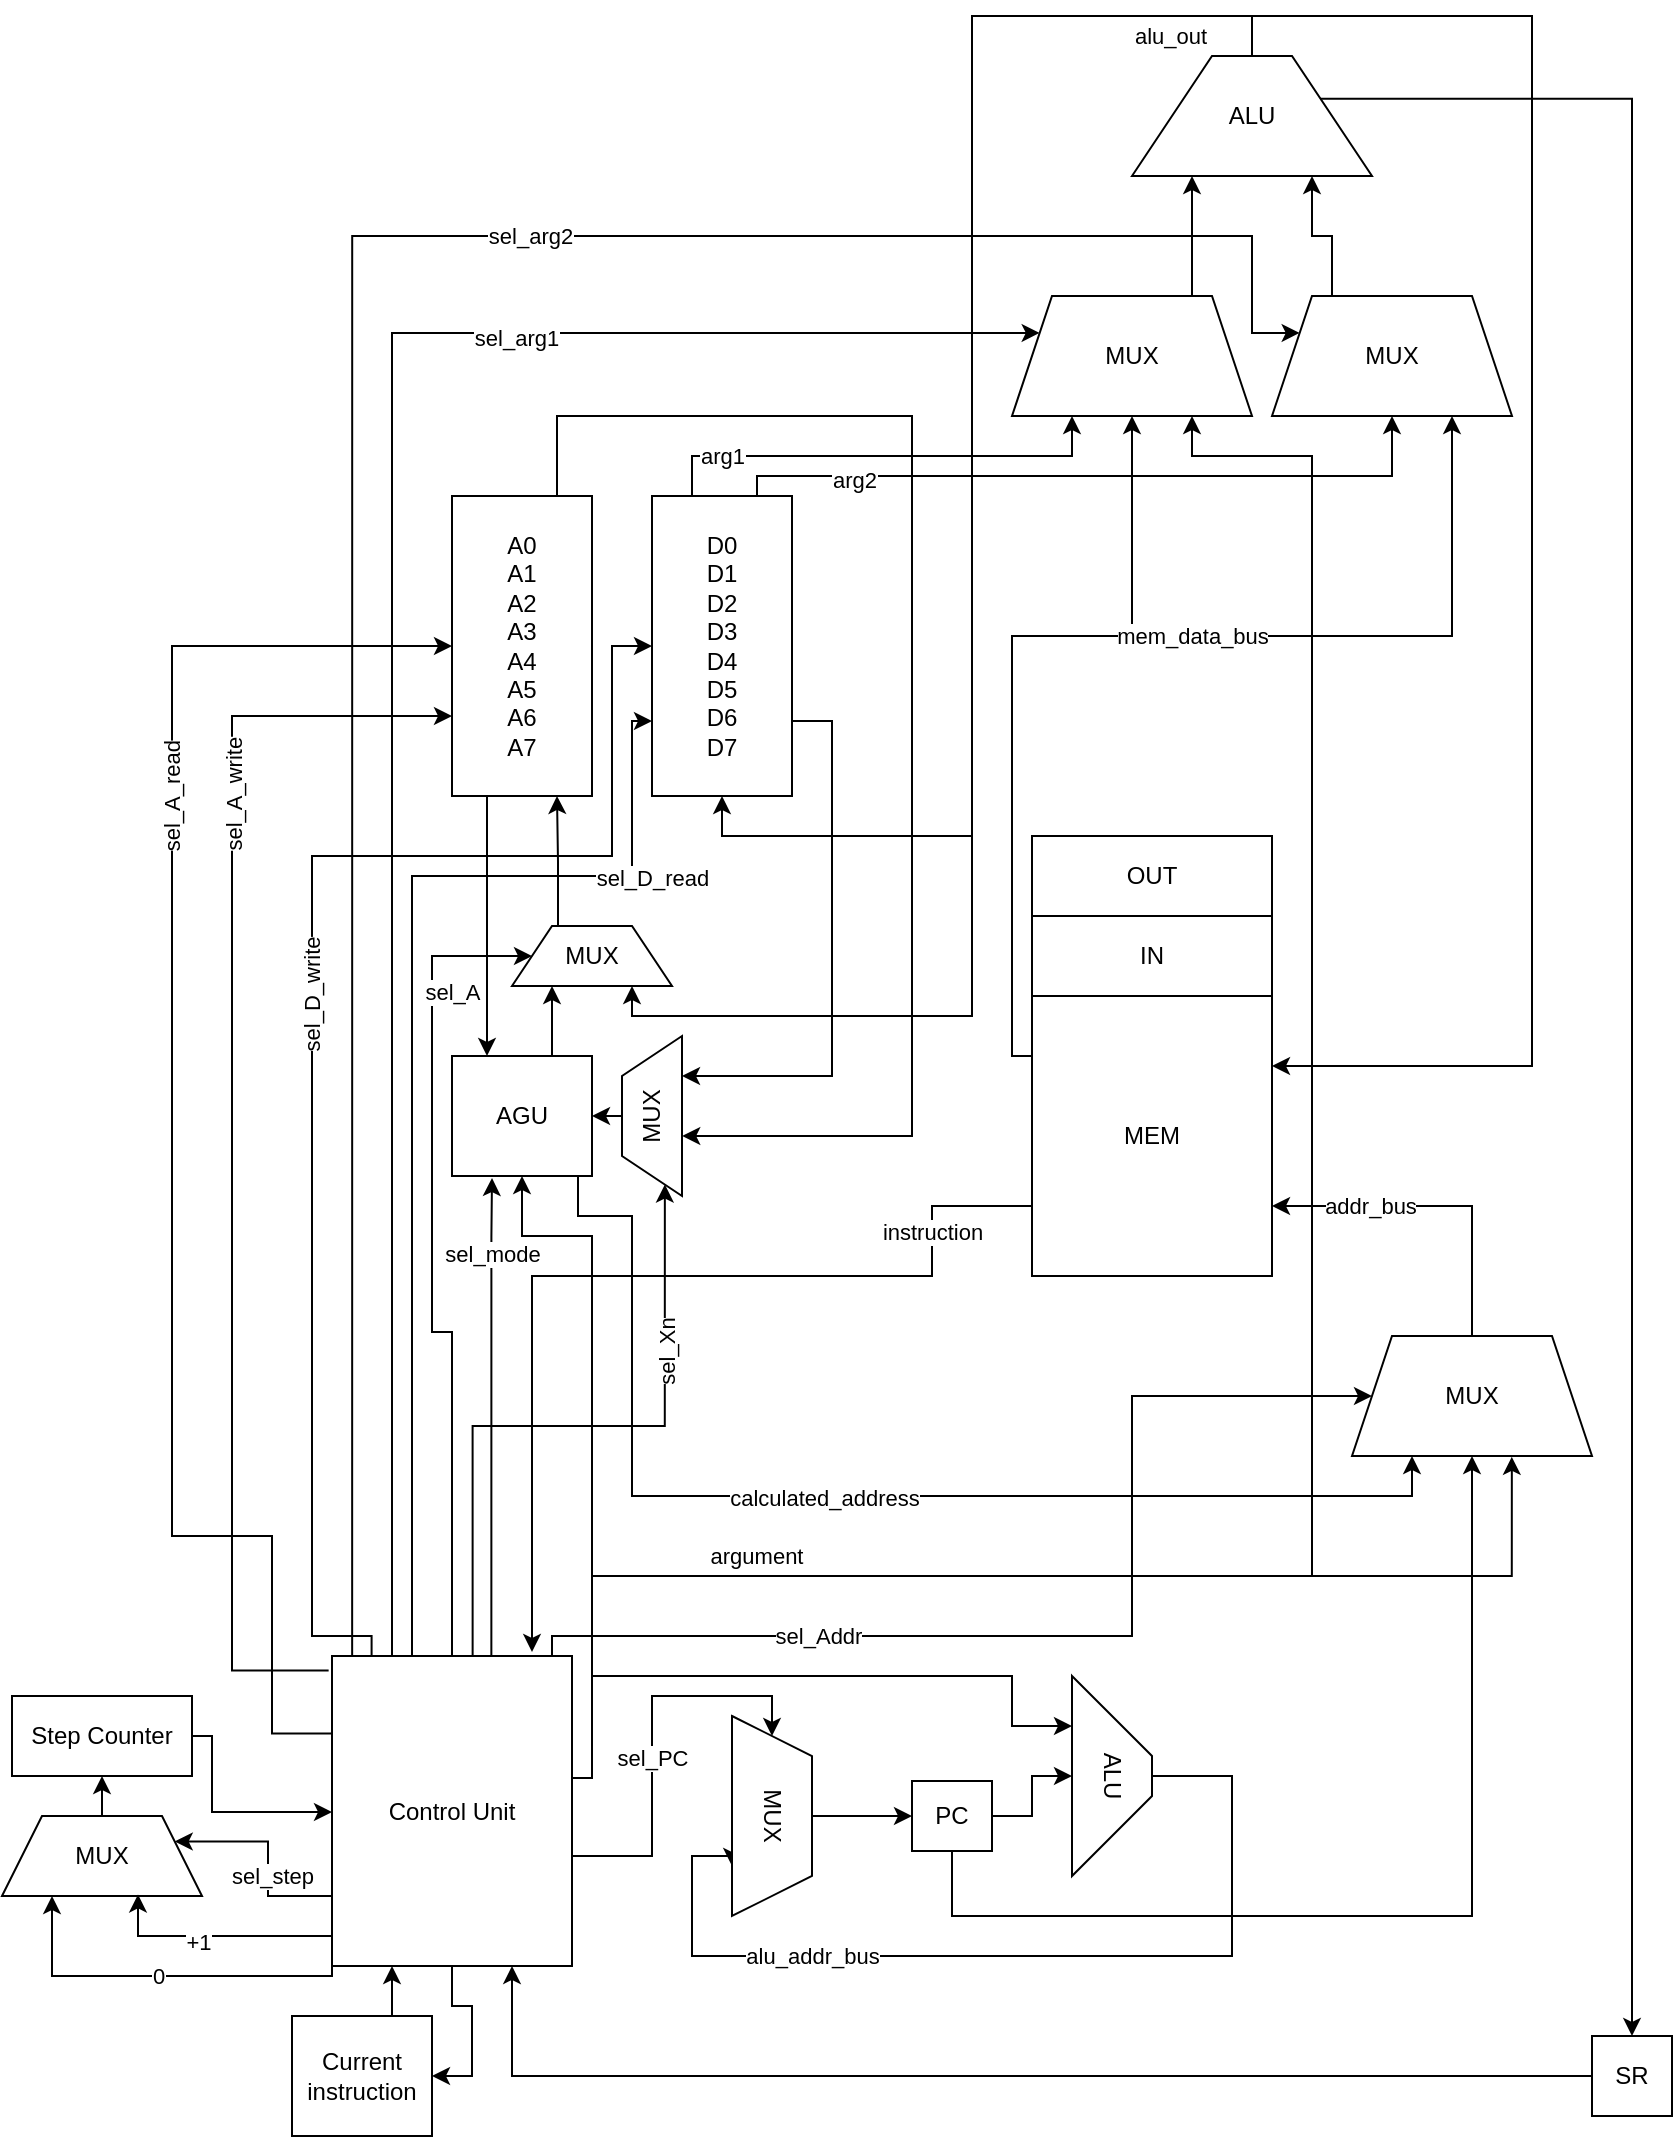
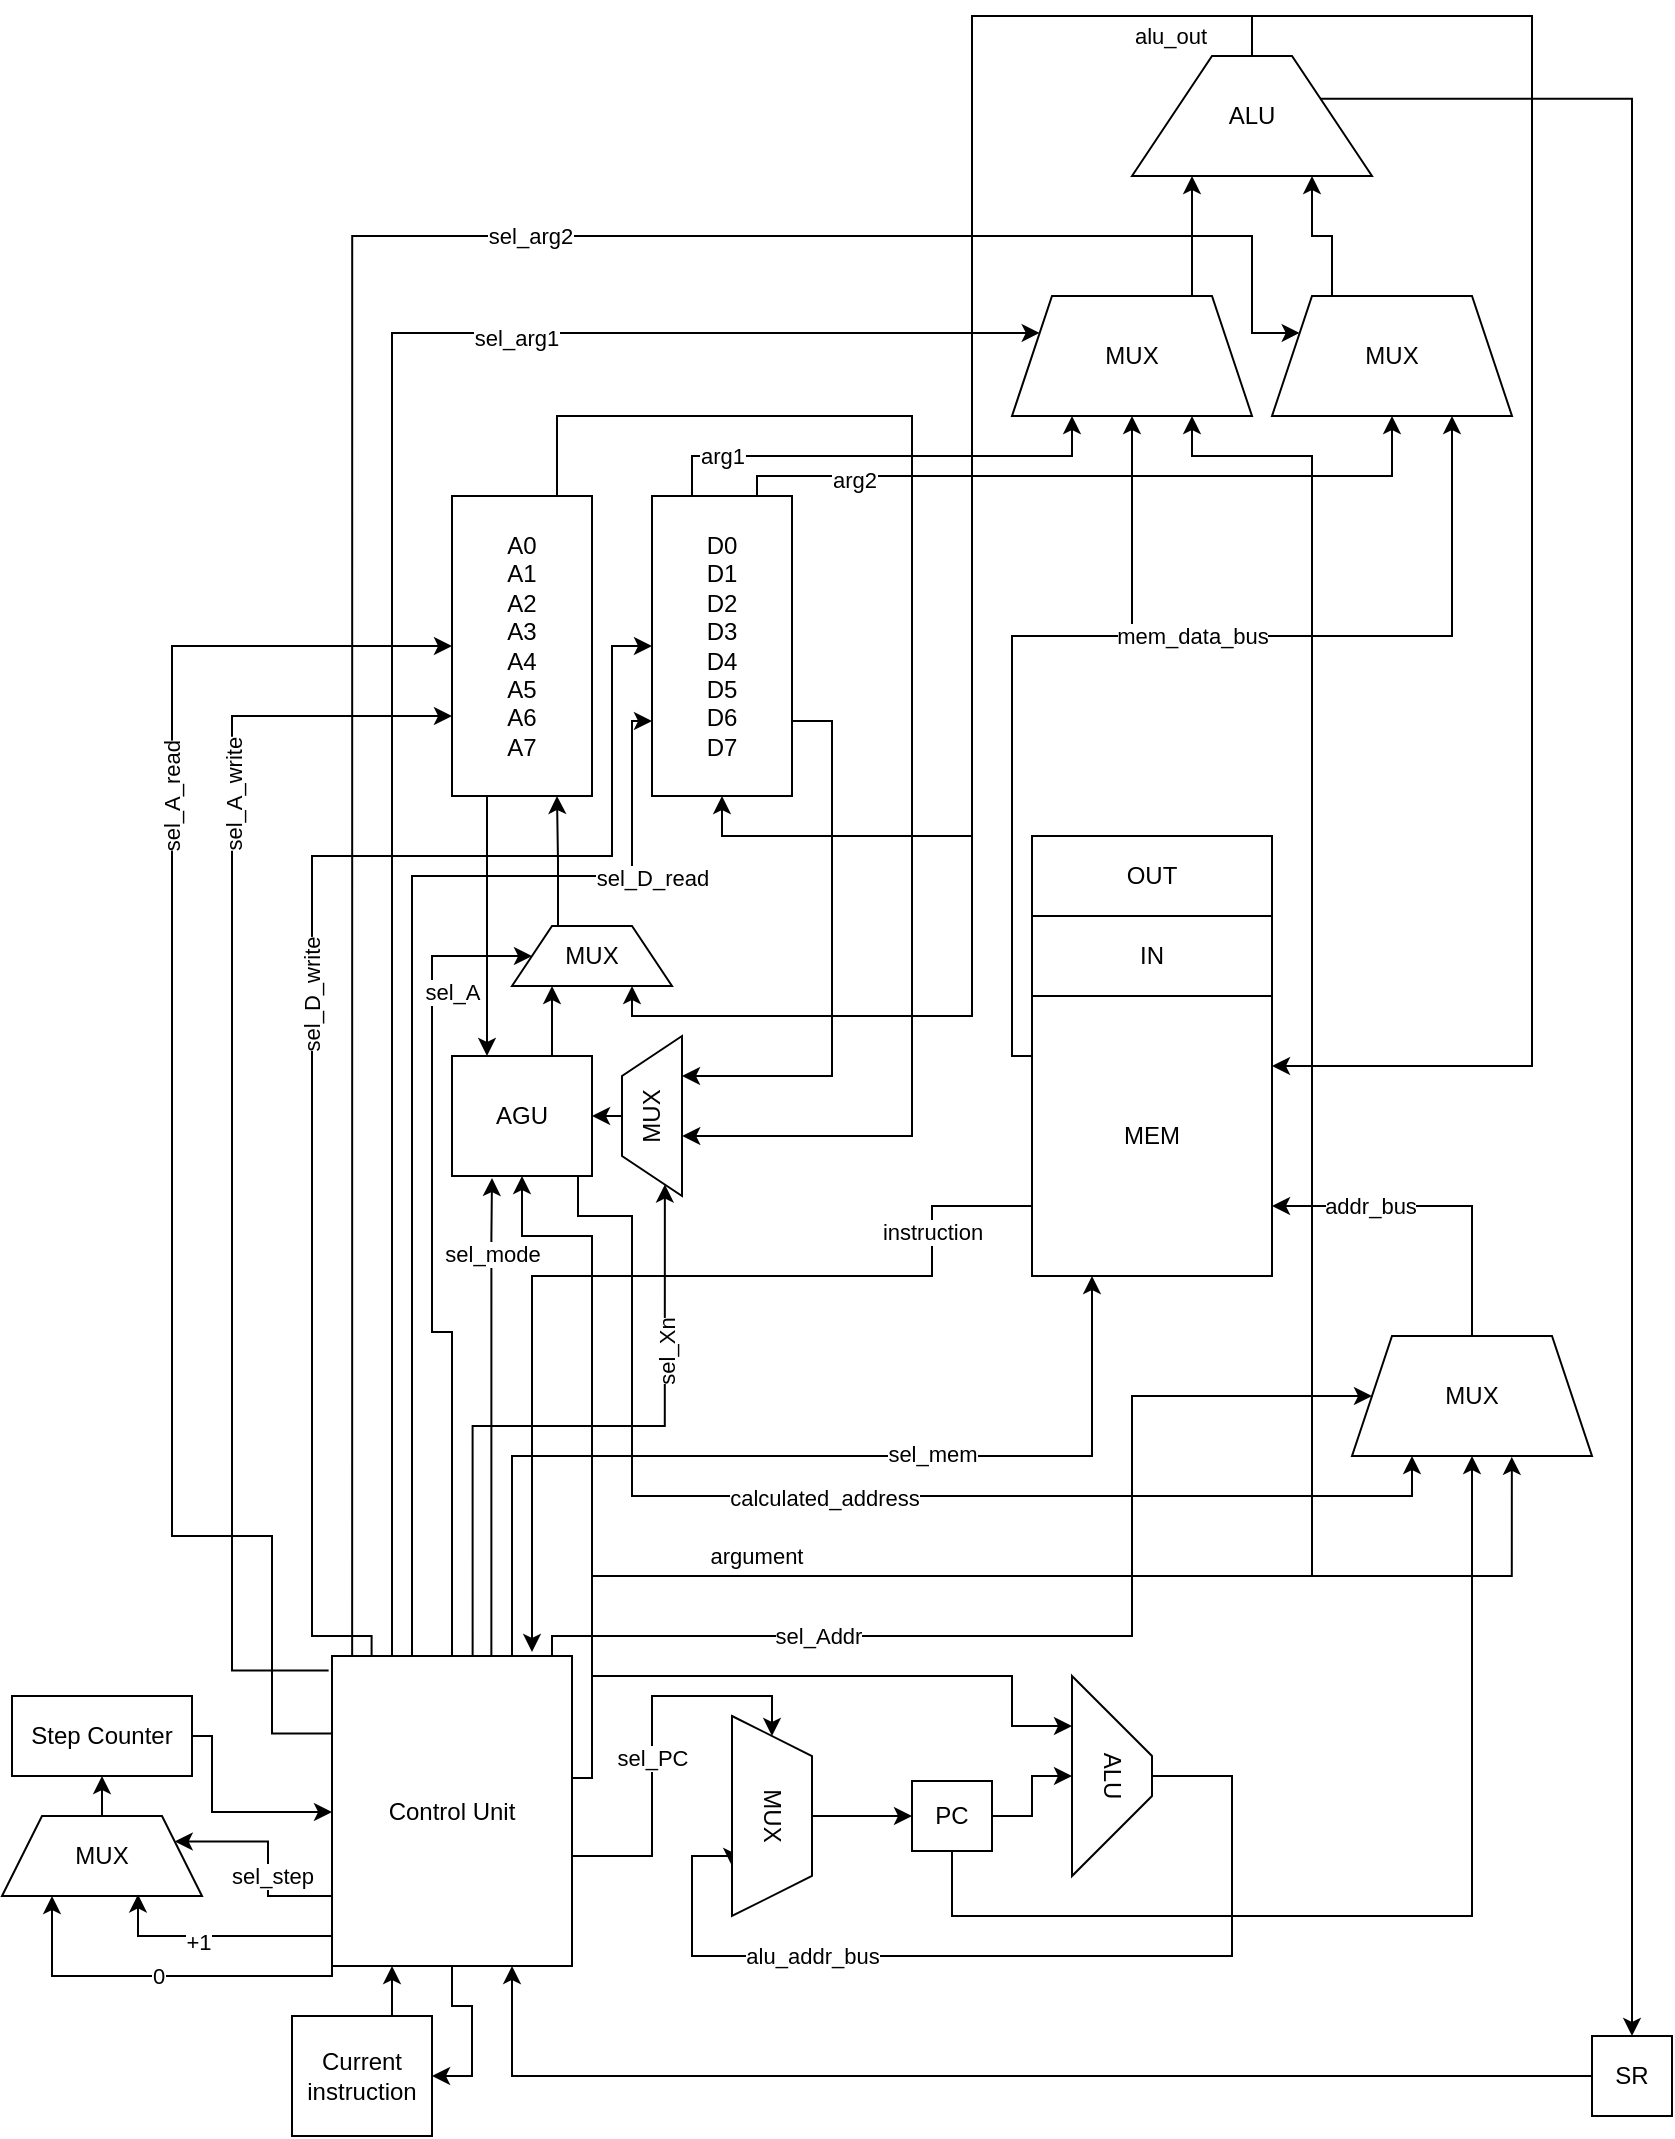
<mxfile host="app.diagrams.net">
  <diagram name="Page-1" id="vD0c1nyJ2qsoY4smOO1c">
-     <mxGraphModel dx="1942" dy="1065" grid="1" gridSize="10" guides="1" tooltips="1" connect="1" arrows="1" fold="1" page="1" pageScale="1" pageWidth="850" pageHeight="1100" math="0" shadow="0">
+     <mxGraphModel dx="343" dy="188" grid="1" gridSize="10" guides="1" tooltips="1" connect="1" arrows="1" fold="1" page="1" pageScale="1" pageWidth="850" pageHeight="1100" math="0" shadow="0">
      <root>
        <mxCell id="0" />
        <mxCell id="1" parent="0" />
        <mxCell id="tmCgyVSAr47gJ168LUJc-76" edge="1" parent="1" source="tmCgyVSAr47gJ168LUJc-6" style="edgeStyle=orthogonalEdgeStyle;rounded=0;orthogonalLoop=1;jettySize=auto;html=1;exitX=0.25;exitY=0;exitDx=0;exitDy=0;entryX=0.25;entryY=1;entryDx=0;entryDy=0;" target="tmCgyVSAr47gJ168LUJc-71">
          <mxGeometry relative="1" as="geometry">
            <Array as="points">
              <mxPoint x="350" y="300" />
              <mxPoint x="350" y="240" />
              <mxPoint x="540" y="240" />
            </Array>
          </mxGeometry>
        </mxCell>
        <mxCell id="tmCgyVSAr47gJ168LUJc-78" connectable="0" parent="tmCgyVSAr47gJ168LUJc-76" style="edgeLabel;html=1;align=center;verticalAlign=middle;resizable=0;points=[];" value="arg1" vertex="1">
          <mxGeometry relative="1" x="-0.4947" y="1" as="geometry">
            <mxPoint x="16" y="-24" as="offset" />
          </mxGeometry>
        </mxCell>
        <mxCell id="tmCgyVSAr47gJ168LUJc-77" edge="1" parent="1" source="tmCgyVSAr47gJ168LUJc-6" style="edgeStyle=orthogonalEdgeStyle;rounded=0;orthogonalLoop=1;jettySize=auto;html=1;exitX=0.75;exitY=0;exitDx=0;exitDy=0;entryX=0.5;entryY=1;entryDx=0;entryDy=0;" target="tmCgyVSAr47gJ168LUJc-70">
          <mxGeometry relative="1" as="geometry">
            <Array as="points">
              <mxPoint x="383" y="250" />
              <mxPoint x="700" y="250" />
            </Array>
          </mxGeometry>
        </mxCell>
        <mxCell id="tmCgyVSAr47gJ168LUJc-79" connectable="0" parent="tmCgyVSAr47gJ168LUJc-77" style="edgeLabel;html=1;align=center;verticalAlign=middle;resizable=0;points=[];" value="arg2" vertex="1">
          <mxGeometry relative="1" x="-0.653" y="-2" as="geometry">
            <mxPoint x="-4" as="offset" />
          </mxGeometry>
        </mxCell>
        <mxCell id="YtZ2yA4AFOpIE-hkdzMG-31" edge="1" parent="1" source="tmCgyVSAr47gJ168LUJc-6" style="edgeStyle=orthogonalEdgeStyle;rounded=0;orthogonalLoop=1;jettySize=auto;html=1;exitX=1;exitY=0.75;exitDx=0;exitDy=0;entryX=0.75;entryY=1;entryDx=0;entryDy=0;" target="YtZ2yA4AFOpIE-hkdzMG-29">
          <mxGeometry relative="1" as="geometry" />
        </mxCell>
        <mxCell id="tmCgyVSAr47gJ168LUJc-6" parent="1" style="rounded=0;whiteSpace=wrap;html=1;" value="D0&lt;div&gt;D1&lt;/div&gt;&lt;div&gt;D2&lt;/div&gt;&lt;div&gt;D3&lt;/div&gt;&lt;div&gt;D4&lt;/div&gt;&lt;div&gt;D5&lt;/div&gt;&lt;div&gt;D6&lt;/div&gt;&lt;div&gt;D7&lt;/div&gt;" vertex="1">
          <mxGeometry height="150" width="70" x="330" y="260" as="geometry" />
        </mxCell>
        <mxCell id="tmCgyVSAr47gJ168LUJc-29" edge="1" parent="1" source="tmCgyVSAr47gJ168LUJc-7" style="edgeStyle=orthogonalEdgeStyle;rounded=0;orthogonalLoop=1;jettySize=auto;html=1;exitX=0;exitY=0.75;exitDx=0;exitDy=0;entryX=0.832;entryY=-0.013;entryDx=0;entryDy=0;entryPerimeter=0;" target="tmCgyVSAr47gJ168LUJc-8" value="instruction">
          <mxGeometry relative="1" x="-0.7332" as="geometry">
            <mxPoint as="offset" />
            <Array as="points">
              <mxPoint x="470" y="615" />
              <mxPoint x="470" y="650" />
              <mxPoint x="270" y="650" />
              <mxPoint x="270" y="838" />
            </Array>
          </mxGeometry>
        </mxCell>
        <mxCell id="tmCgyVSAr47gJ168LUJc-88" edge="1" parent="1" source="tmCgyVSAr47gJ168LUJc-7" style="edgeStyle=orthogonalEdgeStyle;rounded=0;orthogonalLoop=1;jettySize=auto;html=1;exitX=0;exitY=0.25;exitDx=0;exitDy=0;entryX=0.5;entryY=1;entryDx=0;entryDy=0;" target="tmCgyVSAr47gJ168LUJc-71">
          <mxGeometry relative="1" as="geometry">
            <Array as="points">
              <mxPoint x="520" y="540" />
              <mxPoint x="510" y="540" />
              <mxPoint x="510" y="330" />
              <mxPoint x="570" y="330" />
            </Array>
          </mxGeometry>
        </mxCell>
        <mxCell id="tmCgyVSAr47gJ168LUJc-89" edge="1" parent="1" source="tmCgyVSAr47gJ168LUJc-7" style="edgeStyle=orthogonalEdgeStyle;rounded=0;orthogonalLoop=1;jettySize=auto;html=1;exitX=0;exitY=0.25;exitDx=0;exitDy=0;entryX=0.75;entryY=1;entryDx=0;entryDy=0;" target="tmCgyVSAr47gJ168LUJc-70">
          <mxGeometry relative="1" as="geometry">
            <Array as="points">
              <mxPoint x="520" y="540" />
              <mxPoint x="510" y="540" />
              <mxPoint x="510" y="330" />
              <mxPoint x="730" y="330" />
            </Array>
          </mxGeometry>
        </mxCell>
        <mxCell id="tmCgyVSAr47gJ168LUJc-90" connectable="0" parent="tmCgyVSAr47gJ168LUJc-89" style="edgeLabel;html=1;align=center;verticalAlign=middle;resizable=0;points=[];" value="mem_data_bus" vertex="1">
          <mxGeometry relative="1" x="0.3271" as="geometry">
            <mxPoint x="-54" as="offset" />
          </mxGeometry>
        </mxCell>
        <mxCell id="tmCgyVSAr47gJ168LUJc-7" parent="1" style="rounded=0;whiteSpace=wrap;html=1;" value="MEM" vertex="1">
          <mxGeometry height="140" width="120" x="520" y="510" as="geometry" />
        </mxCell>
        <mxCell id="tmCgyVSAr47gJ168LUJc-18" edge="1" parent="1" source="tmCgyVSAr47gJ168LUJc-8" style="edgeStyle=orthogonalEdgeStyle;rounded=0;orthogonalLoop=1;jettySize=auto;html=1;exitX=1;exitY=0.5;exitDx=0;exitDy=0;entryX=0;entryY=0.5;entryDx=0;entryDy=0;" target="tmCgyVSAr47gJ168LUJc-17" value="sel_PC">
          <mxGeometry relative="1" as="geometry">
            <Array as="points">
              <mxPoint x="290" y="940" />
              <mxPoint x="330" y="940" />
              <mxPoint x="330" y="860" />
              <mxPoint x="390" y="860" />
            </Array>
          </mxGeometry>
        </mxCell>
        <mxCell id="tmCgyVSAr47gJ168LUJc-27" edge="1" parent="1" source="tmCgyVSAr47gJ168LUJc-8" style="edgeStyle=orthogonalEdgeStyle;rounded=0;orthogonalLoop=1;jettySize=auto;html=1;exitX=0.75;exitY=0;exitDx=0;exitDy=0;entryX=0;entryY=0.5;entryDx=0;entryDy=0;" target="tmCgyVSAr47gJ168LUJc-25" value="sel_Addr">
          <mxGeometry relative="1" x="-0.3684" as="geometry">
            <mxPoint as="offset" />
            <Array as="points">
              <mxPoint x="280" y="850" />
              <mxPoint x="280" y="830" />
              <mxPoint x="570" y="830" />
              <mxPoint x="570" y="710" />
            </Array>
          </mxGeometry>
        </mxCell>
        <mxCell id="tmCgyVSAr47gJ168LUJc-31" edge="1" parent="1" source="tmCgyVSAr47gJ168LUJc-8" style="edgeStyle=orthogonalEdgeStyle;rounded=0;orthogonalLoop=1;jettySize=auto;html=1;exitX=0.5;exitY=1;exitDx=0;exitDy=0;entryX=1;entryY=0.5;entryDx=0;entryDy=0;" target="tmCgyVSAr47gJ168LUJc-30">
          <mxGeometry relative="1" as="geometry" />
        </mxCell>
        <mxCell id="tmCgyVSAr47gJ168LUJc-38" edge="1" parent="1" source="tmCgyVSAr47gJ168LUJc-8" style="edgeStyle=orthogonalEdgeStyle;rounded=0;orthogonalLoop=1;jettySize=auto;html=1;exitX=1;exitY=0.25;exitDx=0;exitDy=0;entryX=0.25;entryY=1;entryDx=0;entryDy=0;" target="tmCgyVSAr47gJ168LUJc-15">
          <mxGeometry relative="1" as="geometry">
            <Array as="points">
              <mxPoint x="300" y="901" />
              <mxPoint x="300" y="850" />
              <mxPoint x="510" y="850" />
              <mxPoint x="510" y="875" />
            </Array>
          </mxGeometry>
        </mxCell>
        <mxCell id="tmCgyVSAr47gJ168LUJc-40" edge="1" parent="1" source="tmCgyVSAr47gJ168LUJc-8" style="edgeStyle=orthogonalEdgeStyle;rounded=0;orthogonalLoop=1;jettySize=auto;html=1;exitX=1;exitY=0.25;exitDx=0;exitDy=0;entryX=0.666;entryY=1.007;entryDx=0;entryDy=0;entryPerimeter=0;" target="tmCgyVSAr47gJ168LUJc-25">
          <mxGeometry relative="1" as="geometry">
            <Array as="points">
              <mxPoint x="290" y="901" />
              <mxPoint x="300" y="901" />
              <mxPoint x="300" y="800" />
              <mxPoint x="760" y="800" />
            </Array>
          </mxGeometry>
        </mxCell>
        <mxCell id="tmCgyVSAr47gJ168LUJc-41" connectable="0" parent="tmCgyVSAr47gJ168LUJc-40" style="edgeLabel;html=1;align=center;verticalAlign=middle;resizable=0;points=[];" value="argument" vertex="1">
          <mxGeometry relative="1" x="0.5385" y="2" as="geometry">
            <mxPoint x="-287" y="-8" as="offset" />
          </mxGeometry>
        </mxCell>
        <mxCell id="tmCgyVSAr47gJ168LUJc-45" edge="1" parent="1" source="tmCgyVSAr47gJ168LUJc-8" style="edgeStyle=orthogonalEdgeStyle;rounded=0;orthogonalLoop=1;jettySize=auto;html=1;exitX=0;exitY=1;exitDx=0;exitDy=0;entryX=0.25;entryY=1;entryDx=0;entryDy=0;" target="tmCgyVSAr47gJ168LUJc-42" value="0">
          <mxGeometry relative="1" as="geometry">
            <Array as="points">
              <mxPoint x="170" y="1000" />
              <mxPoint x="30" y="1000" />
            </Array>
          </mxGeometry>
        </mxCell>
        <mxCell id="tmCgyVSAr47gJ168LUJc-47" edge="1" parent="1" source="tmCgyVSAr47gJ168LUJc-8" style="edgeStyle=orthogonalEdgeStyle;rounded=0;orthogonalLoop=1;jettySize=auto;html=1;exitX=0;exitY=0.5;exitDx=0;exitDy=0;entryX=1;entryY=0.25;entryDx=0;entryDy=0;" target="tmCgyVSAr47gJ168LUJc-42" value="sel_step">
          <mxGeometry relative="1" x="0.1386" y="-2" as="geometry">
            <mxPoint as="offset" />
            <Array as="points">
              <mxPoint x="170" y="960" />
              <mxPoint x="138" y="960" />
              <mxPoint x="138" y="933" />
            </Array>
          </mxGeometry>
        </mxCell>
        <mxCell id="tmCgyVSAr47gJ168LUJc-60" edge="1" parent="1" source="tmCgyVSAr47gJ168LUJc-8" style="edgeStyle=orthogonalEdgeStyle;rounded=0;orthogonalLoop=1;jettySize=auto;html=1;exitX=0.664;exitY=0.01;exitDx=0;exitDy=0;exitPerimeter=0;" value="sel_mode">
          <mxGeometry relative="1" x="0.6865" as="geometry">
            <mxPoint as="offset" />
            <Array as="points">
              <mxPoint x="250" y="630" />
              <mxPoint x="250" y="630" />
              <mxPoint x="250" y="601" />
            </Array>
            <mxPoint x="250" y="601" as="targetPoint" />
          </mxGeometry>
        </mxCell>
        <mxCell id="tmCgyVSAr47gJ168LUJc-61" edge="1" parent="1" source="tmCgyVSAr47gJ168LUJc-8" style="edgeStyle=orthogonalEdgeStyle;rounded=0;orthogonalLoop=1;jettySize=auto;html=1;exitX=1;exitY=0.25;exitDx=0;exitDy=0;entryX=0.5;entryY=1;entryDx=0;entryDy=0;" target="tmCgyVSAr47gJ168LUJc-57">
          <mxGeometry relative="1" as="geometry">
            <Array as="points">
              <mxPoint x="290" y="901" />
              <mxPoint x="300" y="901" />
              <mxPoint x="300" y="630" />
              <mxPoint x="265" y="630" />
            </Array>
          </mxGeometry>
        </mxCell>
        <mxCell id="tmCgyVSAr47gJ168LUJc-81" edge="1" parent="1" source="tmCgyVSAr47gJ168LUJc-8" style="edgeStyle=orthogonalEdgeStyle;rounded=0;orthogonalLoop=1;jettySize=auto;html=1;exitX=0.25;exitY=0;exitDx=0;exitDy=0;entryX=0;entryY=0.25;entryDx=0;entryDy=0;" target="tmCgyVSAr47gJ168LUJc-71">
          <mxGeometry relative="1" as="geometry">
            <Array as="points">
              <mxPoint x="200" y="178" />
            </Array>
          </mxGeometry>
        </mxCell>
        <mxCell id="tmCgyVSAr47gJ168LUJc-84" connectable="0" parent="tmCgyVSAr47gJ168LUJc-81" style="edgeLabel;html=1;align=center;verticalAlign=middle;resizable=0;points=[];" value="sel_arg1" vertex="1">
          <mxGeometry relative="1" x="0.6348" as="geometry">
            <mxPoint x="-82" y="2" as="offset" />
          </mxGeometry>
        </mxCell>
        <mxCell id="tmCgyVSAr47gJ168LUJc-83" edge="1" parent="1" source="tmCgyVSAr47gJ168LUJc-8" style="edgeStyle=orthogonalEdgeStyle;rounded=0;orthogonalLoop=1;jettySize=auto;html=1;exitX=0.084;exitY=-0.001;exitDx=0;exitDy=0;entryX=0;entryY=0.25;entryDx=0;entryDy=0;exitPerimeter=0;" target="tmCgyVSAr47gJ168LUJc-70">
          <mxGeometry relative="1" as="geometry">
            <Array as="points">
              <mxPoint x="180" y="130" />
              <mxPoint x="630" y="130" />
              <mxPoint x="630" y="178" />
            </Array>
          </mxGeometry>
        </mxCell>
        <mxCell id="tmCgyVSAr47gJ168LUJc-85" connectable="0" parent="tmCgyVSAr47gJ168LUJc-83" style="edgeLabel;html=1;align=center;verticalAlign=middle;resizable=0;points=[];" value="sel_arg2" vertex="1">
          <mxGeometry relative="1" x="0.4548" y="2" as="geometry">
            <mxPoint x="-98" y="2" as="offset" />
          </mxGeometry>
        </mxCell>
        <mxCell id="YtZ2yA4AFOpIE-hkdzMG-1" edge="1" parent="1" source="tmCgyVSAr47gJ168LUJc-8" style="edgeStyle=orthogonalEdgeStyle;rounded=0;orthogonalLoop=1;jettySize=auto;html=1;exitX=1;exitY=0.349;exitDx=0;exitDy=0;entryX=0.75;entryY=1;entryDx=0;entryDy=0;exitPerimeter=0;" target="tmCgyVSAr47gJ168LUJc-71">
          <mxGeometry relative="1" as="geometry">
            <Array as="points">
              <mxPoint x="300" y="901" />
              <mxPoint x="300" y="800" />
              <mxPoint x="660" y="800" />
              <mxPoint x="660" y="240" />
              <mxPoint x="600" y="240" />
            </Array>
          </mxGeometry>
        </mxCell>
        <mxCell id="YtZ2yA4AFOpIE-hkdzMG-13" edge="1" parent="1" source="tmCgyVSAr47gJ168LUJc-8" style="edgeStyle=orthogonalEdgeStyle;rounded=0;orthogonalLoop=1;jettySize=auto;html=1;exitX=0.5;exitY=0;exitDx=0;exitDy=0;entryX=0;entryY=0.5;entryDx=0;entryDy=0;" target="YtZ2yA4AFOpIE-hkdzMG-9">
          <mxGeometry relative="1" as="geometry">
            <Array as="points">
              <mxPoint x="230" y="678" />
              <mxPoint x="220" y="678" />
              <mxPoint x="220" y="490" />
            </Array>
          </mxGeometry>
        </mxCell>
        <mxCell id="YtZ2yA4AFOpIE-hkdzMG-14" connectable="0" parent="YtZ2yA4AFOpIE-hkdzMG-13" style="edgeLabel;html=1;align=center;verticalAlign=middle;resizable=0;points=[];" value="sel_A" vertex="1">
          <mxGeometry relative="1" x="0.7504" y="-1" as="geometry">
            <mxPoint x="9" y="17" as="offset" />
          </mxGeometry>
        </mxCell>
        <mxCell id="YtZ2yA4AFOpIE-hkdzMG-21" edge="1" parent="1" style="edgeStyle=orthogonalEdgeStyle;rounded=0;orthogonalLoop=1;jettySize=auto;html=1;exitX=0.25;exitY=0;exitDx=0;exitDy=0;entryX=0;entryY=0.75;entryDx=0;entryDy=0;" target="tmCgyVSAr47gJ168LUJc-6">
          <mxGeometry relative="1" as="geometry">
            <Array as="points">
              <mxPoint x="210" y="908" />
              <mxPoint x="210" y="450" />
              <mxPoint x="320" y="450" />
              <mxPoint x="320" y="372" />
            </Array>
            <mxPoint x="200.00000000000023" y="907.53" as="sourcePoint" />
            <mxPoint x="329.9999999999998" y="430.03" as="targetPoint" />
          </mxGeometry>
        </mxCell>
        <mxCell id="YtZ2yA4AFOpIE-hkdzMG-22" connectable="0" parent="YtZ2yA4AFOpIE-hkdzMG-21" style="edgeLabel;html=1;align=center;verticalAlign=middle;resizable=0;points=[];" value="sel_D_read" vertex="1">
          <mxGeometry relative="1" x="0.7532" y="-1" as="geometry">
            <mxPoint x="9" y="6" as="offset" />
          </mxGeometry>
        </mxCell>
        <mxCell id="YtZ2yA4AFOpIE-hkdzMG-23" edge="1" parent="1" source="tmCgyVSAr47gJ168LUJc-8" style="edgeStyle=orthogonalEdgeStyle;rounded=0;orthogonalLoop=1;jettySize=auto;html=1;exitX=0.165;exitY=0.001;exitDx=0;exitDy=0;entryX=0;entryY=0.5;entryDx=0;entryDy=0;exitPerimeter=0;" target="tmCgyVSAr47gJ168LUJc-6">
          <mxGeometry relative="1" as="geometry">
            <Array as="points">
              <mxPoint x="190" y="830" />
              <mxPoint x="160" y="830" />
              <mxPoint x="160" y="440" />
              <mxPoint x="310" y="440" />
              <mxPoint x="310" y="335" />
            </Array>
          </mxGeometry>
        </mxCell>
        <mxCell id="YtZ2yA4AFOpIE-hkdzMG-24" connectable="0" parent="YtZ2yA4AFOpIE-hkdzMG-23" style="edgeLabel;html=1;align=center;verticalAlign=middle;resizable=0;points=[];rotation=-90;" value="sel_D_write" vertex="1">
          <mxGeometry relative="1" x="0.1842" as="geometry">
            <mxPoint y="57" as="offset" />
          </mxGeometry>
        </mxCell>
        <mxCell id="YtZ2yA4AFOpIE-hkdzMG-25" edge="1" parent="1" style="edgeStyle=orthogonalEdgeStyle;rounded=0;orthogonalLoop=1;jettySize=auto;html=1;exitX=-0.014;exitY=0.063;exitDx=0;exitDy=0;entryX=0;entryY=0.75;entryDx=0;entryDy=0;exitPerimeter=0;">
          <mxGeometry relative="1" as="geometry">
            <Array as="points">
              <mxPoint x="120" y="847.5" />
              <mxPoint x="120" y="370.5" />
            </Array>
            <mxPoint x="168.31999999999994" y="847.2650000000001" as="sourcePoint" />
            <mxPoint x="230" y="370" as="targetPoint" />
          </mxGeometry>
        </mxCell>
        <mxCell id="YtZ2yA4AFOpIE-hkdzMG-26" connectable="0" parent="YtZ2yA4AFOpIE-hkdzMG-25" style="edgeLabel;html=1;align=center;verticalAlign=middle;resizable=0;points=[];rotation=-90;" value="sel_A_write" vertex="1">
          <mxGeometry relative="1" x="0.7187" as="geometry">
            <mxPoint x="-20" y="40" as="offset" />
          </mxGeometry>
        </mxCell>
        <mxCell id="YtZ2yA4AFOpIE-hkdzMG-27" edge="1" parent="1" source="tmCgyVSAr47gJ168LUJc-8" style="edgeStyle=orthogonalEdgeStyle;rounded=0;orthogonalLoop=1;jettySize=auto;html=1;exitX=0;exitY=0.25;exitDx=0;exitDy=0;entryX=0;entryY=0.5;entryDx=0;entryDy=0;" target="tmCgyVSAr47gJ168LUJc-49">
          <mxGeometry relative="1" as="geometry">
            <Array as="points">
              <mxPoint x="140" y="879" />
              <mxPoint x="140" y="780" />
              <mxPoint x="90" y="780" />
              <mxPoint x="90" y="335" />
            </Array>
          </mxGeometry>
        </mxCell>
        <mxCell id="YtZ2yA4AFOpIE-hkdzMG-28" connectable="0" parent="YtZ2yA4AFOpIE-hkdzMG-27" style="edgeLabel;html=1;align=center;verticalAlign=middle;resizable=0;points=[];rotation=-90;" value="sel_A_read" vertex="1">
          <mxGeometry relative="1" x="0.4546" as="geometry">
            <mxPoint y="7" as="offset" />
          </mxGeometry>
        </mxCell>
        <mxCell id="YtZ2yA4AFOpIE-hkdzMG-33" edge="1" parent="1" source="tmCgyVSAr47gJ168LUJc-8" style="edgeStyle=orthogonalEdgeStyle;rounded=0;orthogonalLoop=1;jettySize=auto;html=1;exitX=0.586;exitY=0;exitDx=0;exitDy=0;entryX=0;entryY=0.75;entryDx=0;entryDy=0;exitPerimeter=0;" target="YtZ2yA4AFOpIE-hkdzMG-29">
          <mxGeometry relative="1" as="geometry">
            <Array as="points">
              <mxPoint x="240" y="725" />
              <mxPoint x="336" y="725" />
            </Array>
          </mxGeometry>
        </mxCell>
        <mxCell id="YtZ2yA4AFOpIE-hkdzMG-34" connectable="0" parent="YtZ2yA4AFOpIE-hkdzMG-33" style="edgeLabel;html=1;align=center;verticalAlign=middle;resizable=0;points=[];rotation=-90;" value="sel_Xn" vertex="1">
          <mxGeometry relative="1" x="0.4929" y="-1" as="geometry">
            <mxPoint as="offset" />
          </mxGeometry>
        </mxCell>
+         <mxCell id="MvgKMYwhf0eQULXm8Ver-1" edge="1" parent="1" source="tmCgyVSAr47gJ168LUJc-8" style="edgeStyle=orthogonalEdgeStyle;rounded=0;orthogonalLoop=1;jettySize=auto;html=1;exitX=0.75;exitY=0;exitDx=0;exitDy=0;entryX=0.25;entryY=1;entryDx=0;entryDy=0;" target="tmCgyVSAr47gJ168LUJc-7">
+           <mxGeometry relative="1" as="geometry">
+             <Array as="points">
+               <mxPoint x="260" y="740" />
+               <mxPoint x="550" y="740" />
+             </Array>
+           </mxGeometry>
+         </mxCell>
+         <mxCell id="MvgKMYwhf0eQULXm8Ver-2" connectable="0" parent="MvgKMYwhf0eQULXm8Ver-1" style="edgeLabel;html=1;align=center;verticalAlign=middle;resizable=0;points=[];" value="sel_mem" vertex="1">
+           <mxGeometry relative="1" x="0.2894" y="1" as="geometry">
+             <mxPoint as="offset" />
+           </mxGeometry>
+         </mxCell>
        <mxCell id="tmCgyVSAr47gJ168LUJc-8" parent="1" style="rounded=0;whiteSpace=wrap;html=1;" value="Control Unit" vertex="1">
          <mxGeometry height="155" width="120" x="170" y="840" as="geometry" />
        </mxCell>
        <mxCell id="tmCgyVSAr47gJ168LUJc-33" edge="1" parent="1" source="tmCgyVSAr47gJ168LUJc-11" style="edgeStyle=orthogonalEdgeStyle;rounded=0;orthogonalLoop=1;jettySize=auto;html=1;exitX=1;exitY=0.5;exitDx=0;exitDy=0;entryX=0.5;entryY=1;entryDx=0;entryDy=0;" target="tmCgyVSAr47gJ168LUJc-15" value="">
          <mxGeometry relative="1" x="-0.3328" y="-10" as="geometry">
            <mxPoint as="offset" />
          </mxGeometry>
        </mxCell>
        <mxCell id="YtZ2yA4AFOpIE-hkdzMG-36" edge="1" parent="1" source="tmCgyVSAr47gJ168LUJc-11" style="edgeStyle=orthogonalEdgeStyle;rounded=0;orthogonalLoop=1;jettySize=auto;html=1;exitX=0.5;exitY=1;exitDx=0;exitDy=0;entryX=0.5;entryY=1;entryDx=0;entryDy=0;" target="tmCgyVSAr47gJ168LUJc-25">
          <mxGeometry relative="1" as="geometry">
            <Array as="points">
              <mxPoint x="480" y="970" />
              <mxPoint x="740" y="970" />
            </Array>
          </mxGeometry>
        </mxCell>
        <mxCell id="tmCgyVSAr47gJ168LUJc-11" parent="1" style="rounded=0;whiteSpace=wrap;html=1;" value="PC" vertex="1">
          <mxGeometry height="35" width="40" x="460" y="902.5" as="geometry" />
        </mxCell>
        <mxCell id="tmCgyVSAr47gJ168LUJc-48" edge="1" parent="1" source="tmCgyVSAr47gJ168LUJc-12" style="edgeStyle=orthogonalEdgeStyle;rounded=0;orthogonalLoop=1;jettySize=auto;html=1;exitX=1;exitY=0.5;exitDx=0;exitDy=0;entryX=0;entryY=0.5;entryDx=0;entryDy=0;" target="tmCgyVSAr47gJ168LUJc-8">
          <mxGeometry relative="1" as="geometry">
            <Array as="points">
              <mxPoint x="110" y="880" />
              <mxPoint x="110" y="918" />
              <mxPoint x="170" y="918" />
            </Array>
          </mxGeometry>
        </mxCell>
        <mxCell id="tmCgyVSAr47gJ168LUJc-12" parent="1" style="rounded=0;whiteSpace=wrap;html=1;" value="Step Counter" vertex="1">
          <mxGeometry height="40" width="90" x="10" y="860" as="geometry" />
        </mxCell>
        <mxCell id="tmCgyVSAr47gJ168LUJc-24" edge="1" parent="1" source="tmCgyVSAr47gJ168LUJc-15" style="edgeStyle=orthogonalEdgeStyle;rounded=0;orthogonalLoop=1;jettySize=auto;html=1;exitX=0.5;exitY=0;exitDx=0;exitDy=0;entryX=0.75;entryY=1;entryDx=0;entryDy=0;" target="tmCgyVSAr47gJ168LUJc-17" value="alu_addr_bus">
          <mxGeometry relative="1" x="0.4316" as="geometry">
            <mxPoint as="offset" />
            <Array as="points">
              <mxPoint x="620" y="900" />
              <mxPoint x="620" y="990" />
              <mxPoint x="350" y="990" />
              <mxPoint x="350" y="940" />
              <mxPoint x="370" y="940" />
            </Array>
          </mxGeometry>
        </mxCell>
        <mxCell id="tmCgyVSAr47gJ168LUJc-15" parent="1" style="shape=trapezoid;perimeter=trapezoidPerimeter;whiteSpace=wrap;html=1;fixedSize=1;rotation=90;size=40;" value="ALU" vertex="1">
          <mxGeometry height="40" width="100" x="510" y="880" as="geometry" />
        </mxCell>
        <mxCell id="tmCgyVSAr47gJ168LUJc-19" edge="1" parent="1" source="tmCgyVSAr47gJ168LUJc-17" style="edgeStyle=orthogonalEdgeStyle;rounded=0;orthogonalLoop=1;jettySize=auto;html=1;exitX=0.5;exitY=0;exitDx=0;exitDy=0;entryX=0;entryY=0.5;entryDx=0;entryDy=0;" target="tmCgyVSAr47gJ168LUJc-11">
          <mxGeometry relative="1" as="geometry" />
        </mxCell>
        <mxCell id="tmCgyVSAr47gJ168LUJc-17" parent="1" style="shape=trapezoid;perimeter=trapezoidPerimeter;whiteSpace=wrap;html=1;fixedSize=1;rotation=90;" value="MUX" vertex="1">
          <mxGeometry height="40" width="100" x="340" y="900" as="geometry" />
        </mxCell>
        <mxCell id="tmCgyVSAr47gJ168LUJc-34" edge="1" parent="1" source="tmCgyVSAr47gJ168LUJc-25" style="edgeStyle=orthogonalEdgeStyle;rounded=0;orthogonalLoop=1;jettySize=auto;html=1;exitX=0.5;exitY=0;exitDx=0;exitDy=0;entryX=1;entryY=0.75;entryDx=0;entryDy=0;" target="tmCgyVSAr47gJ168LUJc-7" value="addr_bus">
          <mxGeometry relative="1" x="0.4074" as="geometry">
            <mxPoint as="offset" />
          </mxGeometry>
        </mxCell>
        <mxCell id="tmCgyVSAr47gJ168LUJc-25" parent="1" style="shape=trapezoid;perimeter=trapezoidPerimeter;whiteSpace=wrap;html=1;fixedSize=1;rotation=0;" value="MUX" vertex="1">
          <mxGeometry height="60" width="120" x="680" y="680" as="geometry" />
        </mxCell>
        <mxCell id="tmCgyVSAr47gJ168LUJc-32" edge="1" parent="1" source="tmCgyVSAr47gJ168LUJc-30" style="edgeStyle=orthogonalEdgeStyle;rounded=0;orthogonalLoop=1;jettySize=auto;html=1;exitX=0.75;exitY=0;exitDx=0;exitDy=0;entryX=0.25;entryY=1;entryDx=0;entryDy=0;" target="tmCgyVSAr47gJ168LUJc-8">
          <mxGeometry relative="1" as="geometry" />
        </mxCell>
        <mxCell id="tmCgyVSAr47gJ168LUJc-30" parent="1" style="whiteSpace=wrap;html=1;" value="Current instruction" vertex="1">
          <mxGeometry height="60" width="70" x="150" y="1020" as="geometry" />
        </mxCell>
        <mxCell id="tmCgyVSAr47gJ168LUJc-35" parent="1" style="whiteSpace=wrap;html=1;" value="IN" vertex="1">
          <mxGeometry height="40" width="120" x="520" y="470" as="geometry" />
        </mxCell>
        <mxCell id="tmCgyVSAr47gJ168LUJc-36" parent="1" style="whiteSpace=wrap;html=1;" value="OUT" vertex="1">
          <mxGeometry height="40" width="120" x="520" y="430" as="geometry" />
        </mxCell>
        <mxCell id="tmCgyVSAr47gJ168LUJc-43" edge="1" parent="1" source="tmCgyVSAr47gJ168LUJc-42" style="edgeStyle=orthogonalEdgeStyle;rounded=0;orthogonalLoop=1;jettySize=auto;html=1;exitX=0.5;exitY=0;exitDx=0;exitDy=0;entryX=0.5;entryY=1;entryDx=0;entryDy=0;" target="tmCgyVSAr47gJ168LUJc-12">
          <mxGeometry relative="1" as="geometry" />
        </mxCell>
        <mxCell id="tmCgyVSAr47gJ168LUJc-42" parent="1" style="shape=trapezoid;perimeter=trapezoidPerimeter;whiteSpace=wrap;html=1;fixedSize=1;rotation=0;" value="MUX" vertex="1">
          <mxGeometry height="40" width="100" x="5" y="920" as="geometry" />
        </mxCell>
        <mxCell id="tmCgyVSAr47gJ168LUJc-44" edge="1" parent="1" style="edgeStyle=orthogonalEdgeStyle;rounded=0;orthogonalLoop=1;jettySize=auto;html=1;entryX=0.676;entryY=0.979;entryDx=0;entryDy=0;entryPerimeter=0;" target="tmCgyVSAr47gJ168LUJc-42">
          <mxGeometry relative="1" as="geometry">
            <Array as="points">
              <mxPoint x="170" y="980" />
              <mxPoint x="73" y="980" />
              <mxPoint x="73" y="959" />
            </Array>
            <mxPoint x="170" y="980" as="sourcePoint" />
          </mxGeometry>
        </mxCell>
        <mxCell id="tmCgyVSAr47gJ168LUJc-46" connectable="0" parent="tmCgyVSAr47gJ168LUJc-44" style="edgeLabel;html=1;align=center;verticalAlign=middle;resizable=0;points=[];" value="+1" vertex="1">
          <mxGeometry relative="1" x="0.1365" y="3" as="geometry">
            <mxPoint as="offset" />
          </mxGeometry>
        </mxCell>
        <mxCell id="tmCgyVSAr47gJ168LUJc-86" edge="1" parent="1" source="tmCgyVSAr47gJ168LUJc-49" style="edgeStyle=orthogonalEdgeStyle;rounded=0;orthogonalLoop=1;jettySize=auto;html=1;exitX=0.25;exitY=1;exitDx=0;exitDy=0;entryX=0.25;entryY=0;entryDx=0;entryDy=0;" target="tmCgyVSAr47gJ168LUJc-57">
          <mxGeometry relative="1" as="geometry" />
        </mxCell>
        <mxCell id="YtZ2yA4AFOpIE-hkdzMG-32" edge="1" parent="1" source="tmCgyVSAr47gJ168LUJc-49" style="edgeStyle=orthogonalEdgeStyle;rounded=0;orthogonalLoop=1;jettySize=auto;html=1;exitX=0.75;exitY=0;exitDx=0;exitDy=0;entryX=0.372;entryY=1.003;entryDx=0;entryDy=0;entryPerimeter=0;" target="YtZ2yA4AFOpIE-hkdzMG-29">
          <mxGeometry relative="1" as="geometry">
            <Array as="points">
              <mxPoint x="283" y="220" />
              <mxPoint x="460" y="220" />
              <mxPoint x="460" y="580" />
              <mxPoint x="345" y="580" />
            </Array>
          </mxGeometry>
        </mxCell>
        <mxCell id="tmCgyVSAr47gJ168LUJc-49" parent="1" style="rounded=0;whiteSpace=wrap;html=1;" value="A0&lt;div&gt;A1&lt;/div&gt;&lt;div&gt;A2&lt;/div&gt;&lt;div&gt;A3&lt;/div&gt;&lt;div&gt;A4&lt;/div&gt;&lt;div&gt;A5&lt;/div&gt;&lt;div&gt;A6&lt;/div&gt;&lt;div&gt;A7&lt;/div&gt;" vertex="1">
          <mxGeometry height="150" width="70" x="230" y="260" as="geometry" />
        </mxCell>
        <mxCell id="tmCgyVSAr47gJ168LUJc-56" edge="1" parent="1" source="tmCgyVSAr47gJ168LUJc-50" style="edgeStyle=orthogonalEdgeStyle;rounded=0;orthogonalLoop=1;jettySize=auto;html=1;exitX=0;exitY=0.5;exitDx=0;exitDy=0;entryX=0.75;entryY=1;entryDx=0;entryDy=0;" target="tmCgyVSAr47gJ168LUJc-8">
          <mxGeometry relative="1" as="geometry" />
        </mxCell>
        <mxCell id="tmCgyVSAr47gJ168LUJc-50" parent="1" style="whiteSpace=wrap;html=1;" value="SR" vertex="1">
          <mxGeometry height="40" width="40" x="800" y="1030" as="geometry" />
        </mxCell>
        <mxCell id="tmCgyVSAr47gJ168LUJc-55" edge="1" parent="1" source="tmCgyVSAr47gJ168LUJc-51" style="edgeStyle=orthogonalEdgeStyle;rounded=0;orthogonalLoop=1;jettySize=auto;html=1;exitX=1;exitY=0.25;exitDx=0;exitDy=0;entryX=0.5;entryY=0;entryDx=0;entryDy=0;" target="tmCgyVSAr47gJ168LUJc-50">
          <mxGeometry relative="1" as="geometry">
            <Array as="points">
              <mxPoint x="820" y="61" />
            </Array>
          </mxGeometry>
        </mxCell>
        <mxCell id="YtZ2yA4AFOpIE-hkdzMG-12" edge="1" parent="1" source="tmCgyVSAr47gJ168LUJc-51" style="edgeStyle=orthogonalEdgeStyle;rounded=0;orthogonalLoop=1;jettySize=auto;html=1;exitX=0.5;exitY=0;exitDx=0;exitDy=0;entryX=0.75;entryY=1;entryDx=0;entryDy=0;" target="YtZ2yA4AFOpIE-hkdzMG-9">
          <mxGeometry relative="1" as="geometry">
            <Array as="points">
              <mxPoint x="630" y="20" />
              <mxPoint x="490" y="20" />
              <mxPoint x="490" y="520" />
              <mxPoint x="320" y="520" />
            </Array>
          </mxGeometry>
        </mxCell>
        <mxCell id="YtZ2yA4AFOpIE-hkdzMG-17" connectable="0" parent="YtZ2yA4AFOpIE-hkdzMG-12" style="edgeLabel;html=1;align=center;verticalAlign=middle;resizable=0;points=[];" value="alu_out" vertex="1">
          <mxGeometry relative="1" x="-0.7674" y="1" as="geometry">
            <mxPoint x="37" y="9" as="offset" />
          </mxGeometry>
        </mxCell>
        <mxCell id="YtZ2yA4AFOpIE-hkdzMG-18" edge="1" parent="1" source="tmCgyVSAr47gJ168LUJc-51" style="edgeStyle=orthogonalEdgeStyle;rounded=0;orthogonalLoop=1;jettySize=auto;html=1;exitX=0.5;exitY=0;exitDx=0;exitDy=0;entryX=0.5;entryY=1;entryDx=0;entryDy=0;" target="tmCgyVSAr47gJ168LUJc-6">
          <mxGeometry relative="1" as="geometry">
            <Array as="points">
              <mxPoint x="630" y="20" />
              <mxPoint x="490" y="20" />
              <mxPoint x="490" y="430" />
              <mxPoint x="365" y="430" />
            </Array>
          </mxGeometry>
        </mxCell>
        <mxCell id="YtZ2yA4AFOpIE-hkdzMG-20" edge="1" parent="1" source="tmCgyVSAr47gJ168LUJc-51" style="edgeStyle=orthogonalEdgeStyle;rounded=0;orthogonalLoop=1;jettySize=auto;html=1;exitX=0.5;exitY=0;exitDx=0;exitDy=0;entryX=1;entryY=0.25;entryDx=0;entryDy=0;" target="tmCgyVSAr47gJ168LUJc-7">
          <mxGeometry relative="1" as="geometry">
            <Array as="points">
              <mxPoint x="630" y="20" />
              <mxPoint x="770" y="20" />
              <mxPoint x="770" y="545" />
            </Array>
          </mxGeometry>
        </mxCell>
        <mxCell id="tmCgyVSAr47gJ168LUJc-51" parent="1" style="shape=trapezoid;perimeter=trapezoidPerimeter;whiteSpace=wrap;html=1;fixedSize=1;size=40;rotation=0;" value="ALU" vertex="1">
          <mxGeometry height="60" width="120" x="570" y="40" as="geometry" />
        </mxCell>
        <mxCell id="tmCgyVSAr47gJ168LUJc-68" edge="1" parent="1" source="tmCgyVSAr47gJ168LUJc-57" style="edgeStyle=orthogonalEdgeStyle;rounded=0;orthogonalLoop=1;jettySize=auto;html=1;exitX=0.9;exitY=1.006;exitDx=0;exitDy=0;entryX=0.25;entryY=1;entryDx=0;entryDy=0;exitPerimeter=0;" target="tmCgyVSAr47gJ168LUJc-25">
          <mxGeometry relative="1" as="geometry">
            <Array as="points">
              <mxPoint x="293" y="620" />
              <mxPoint x="320" y="620" />
              <mxPoint x="320" y="760" />
              <mxPoint x="710" y="760" />
            </Array>
          </mxGeometry>
        </mxCell>
        <mxCell id="tmCgyVSAr47gJ168LUJc-69" connectable="0" parent="tmCgyVSAr47gJ168LUJc-68" style="edgeLabel;html=1;align=center;verticalAlign=middle;resizable=0;points=[];" value="calculated_address" vertex="1">
          <mxGeometry relative="1" x="0.0842" y="-1" as="geometry">
            <mxPoint x="-41" as="offset" />
          </mxGeometry>
        </mxCell>
        <mxCell id="YtZ2yA4AFOpIE-hkdzMG-11" edge="1" parent="1" source="tmCgyVSAr47gJ168LUJc-57" style="edgeStyle=orthogonalEdgeStyle;rounded=0;orthogonalLoop=1;jettySize=auto;html=1;exitX=0.75;exitY=0;exitDx=0;exitDy=0;entryX=0.25;entryY=1;entryDx=0;entryDy=0;" target="YtZ2yA4AFOpIE-hkdzMG-9">
          <mxGeometry relative="1" as="geometry" />
        </mxCell>
        <mxCell id="tmCgyVSAr47gJ168LUJc-57" parent="1" style="whiteSpace=wrap;html=1;" value="AGU" vertex="1">
          <mxGeometry height="60" width="70" x="230" y="540" as="geometry" />
        </mxCell>
        <mxCell id="tmCgyVSAr47gJ168LUJc-75" edge="1" parent="1" source="tmCgyVSAr47gJ168LUJc-70" style="edgeStyle=orthogonalEdgeStyle;rounded=0;orthogonalLoop=1;jettySize=auto;html=1;exitX=0.25;exitY=0;exitDx=0;exitDy=0;entryX=0.75;entryY=1;entryDx=0;entryDy=0;" target="tmCgyVSAr47gJ168LUJc-51">
          <mxGeometry relative="1" as="geometry" />
        </mxCell>
        <mxCell id="tmCgyVSAr47gJ168LUJc-70" parent="1" style="shape=trapezoid;perimeter=trapezoidPerimeter;whiteSpace=wrap;html=1;fixedSize=1;rotation=0;" value="MUX" vertex="1">
          <mxGeometry height="60" width="120" x="640" y="160" as="geometry" />
        </mxCell>
        <mxCell id="tmCgyVSAr47gJ168LUJc-73" edge="1" parent="1" source="tmCgyVSAr47gJ168LUJc-71" style="edgeStyle=orthogonalEdgeStyle;rounded=0;orthogonalLoop=1;jettySize=auto;html=1;exitX=0.75;exitY=0;exitDx=0;exitDy=0;entryX=0.25;entryY=1;entryDx=0;entryDy=0;" target="tmCgyVSAr47gJ168LUJc-51">
          <mxGeometry relative="1" as="geometry" />
        </mxCell>
        <mxCell id="tmCgyVSAr47gJ168LUJc-71" parent="1" style="shape=trapezoid;perimeter=trapezoidPerimeter;whiteSpace=wrap;html=1;fixedSize=1;rotation=0;" value="MUX" vertex="1">
          <mxGeometry height="60" width="120" x="510" y="160" as="geometry" />
        </mxCell>
        <mxCell id="YtZ2yA4AFOpIE-hkdzMG-10" edge="1" parent="1" source="YtZ2yA4AFOpIE-hkdzMG-9" style="edgeStyle=orthogonalEdgeStyle;rounded=0;orthogonalLoop=1;jettySize=auto;html=1;exitX=0.5;exitY=0;exitDx=0;exitDy=0;entryX=0.75;entryY=1;entryDx=0;entryDy=0;" target="tmCgyVSAr47gJ168LUJc-49">
          <mxGeometry relative="1" as="geometry">
            <Array as="points">
              <mxPoint x="283" y="475" />
              <mxPoint x="283" y="443" />
            </Array>
          </mxGeometry>
        </mxCell>
        <mxCell id="YtZ2yA4AFOpIE-hkdzMG-9" parent="1" style="shape=trapezoid;perimeter=trapezoidPerimeter;whiteSpace=wrap;html=1;fixedSize=1;rotation=0;" value="MUX" vertex="1">
          <mxGeometry height="30" width="80" x="260" y="475" as="geometry" />
        </mxCell>
        <mxCell id="YtZ2yA4AFOpIE-hkdzMG-30" edge="1" parent="1" source="YtZ2yA4AFOpIE-hkdzMG-29" style="edgeStyle=orthogonalEdgeStyle;rounded=0;orthogonalLoop=1;jettySize=auto;html=1;exitX=0.5;exitY=0;exitDx=0;exitDy=0;entryX=1;entryY=0.5;entryDx=0;entryDy=0;" target="tmCgyVSAr47gJ168LUJc-57">
          <mxGeometry relative="1" as="geometry" />
        </mxCell>
        <mxCell id="YtZ2yA4AFOpIE-hkdzMG-29" parent="1" style="shape=trapezoid;perimeter=trapezoidPerimeter;whiteSpace=wrap;html=1;fixedSize=1;rotation=-90;" value="MUX" vertex="1">
          <mxGeometry height="30" width="80" x="290" y="555" as="geometry" />
        </mxCell>
      </root>
    </mxGraphModel>
  </diagram>
</mxfile>
